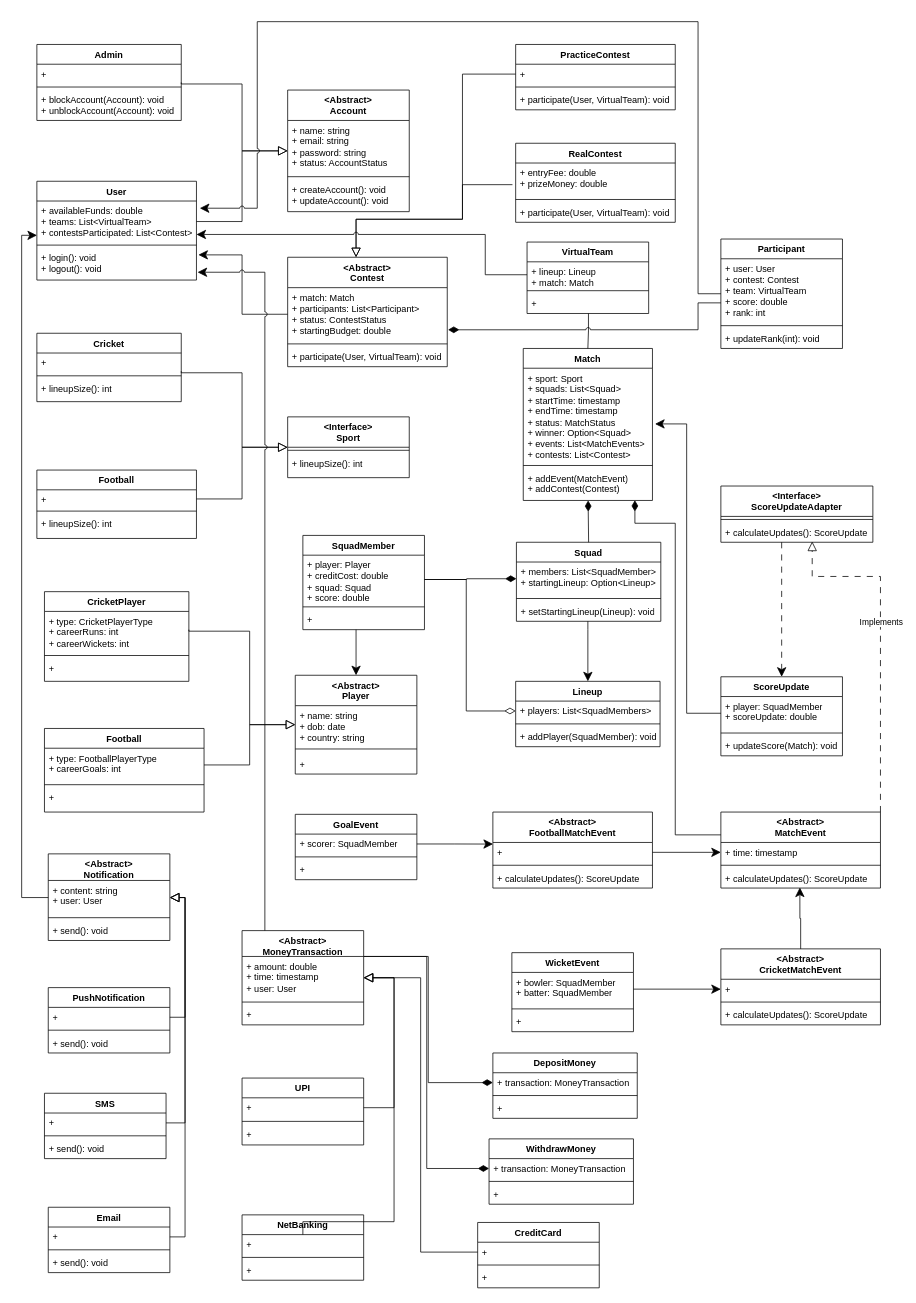
itspriyansh/system-design keeps this draw.io diagram as dream11-class.drawio. Above is the earlier version. Source tidied: cells renumbered, new cells numbered last; positions are measured from the earlier drawing's top-left corner, leaving out a move shared by most shapes. Both pictures are drawn from the tidied source at 76%, with x=0, y=0 at pixel (21, 21).
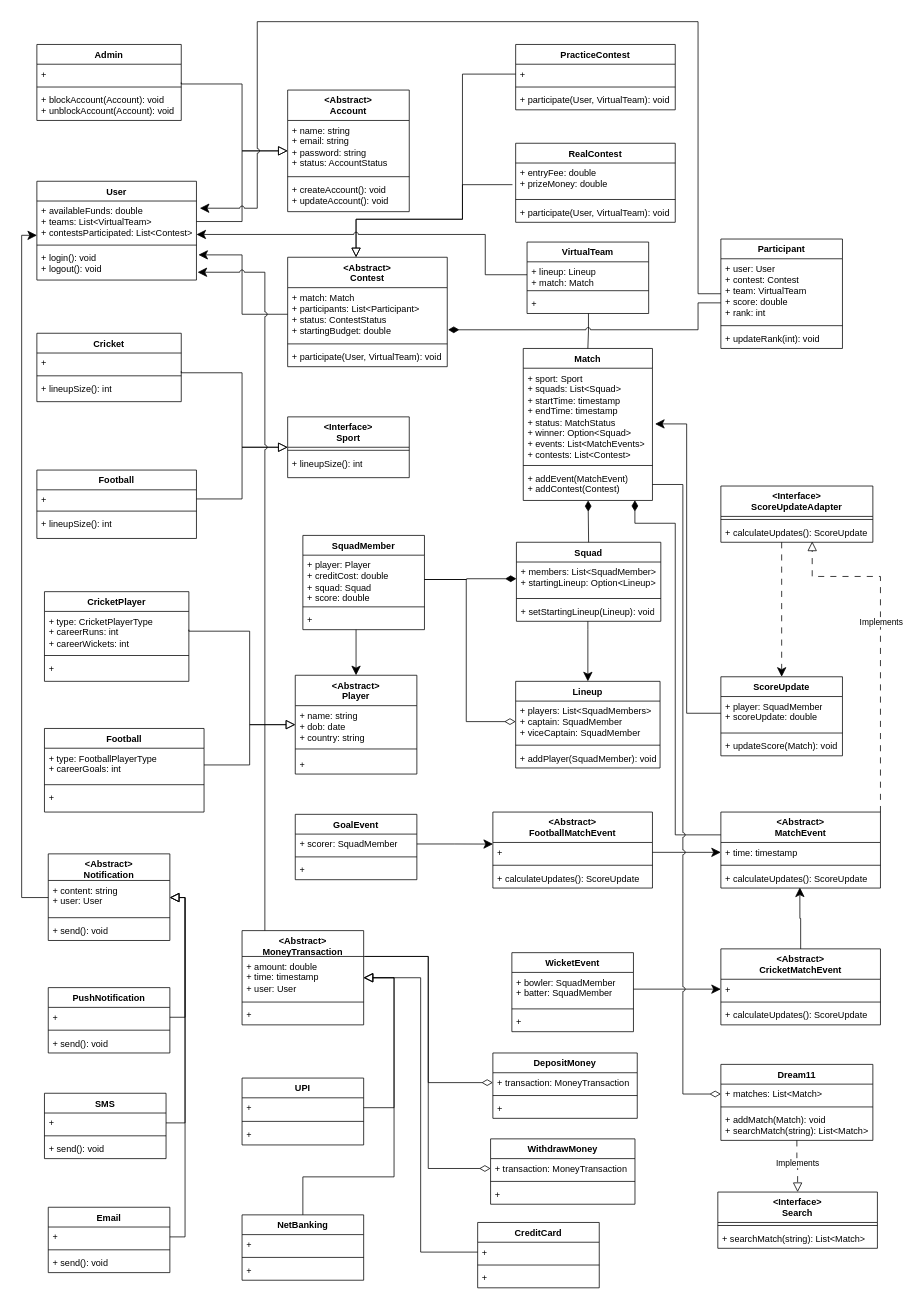
After the change.

Unchanged cells that the change refers to:
```xml
<mxCell id="61" value="+ addEvent(MatchEvent)&lt;div&gt;+ addContest(Contest)&lt;/div&gt;" style="text;strokeColor=none;fillColor=none;align=left;verticalAlign=top;spacingLeft=4;spacingRight=4;overflow=hidden;points=[[0,0.5],[1,0.5]];portConstraint=eastwest;whiteSpace=wrap;html=1;" parent="58" vertex="1">
  <mxGeometry y="158" width="170" height="42" as="geometry" />
</mxCell>
<mxCell id="148" value="+ amount: double&lt;div&gt;+ time: timestamp&lt;/div&gt;&lt;div&gt;+ user: User&lt;/div&gt;" style="text;strokeColor=none;fillColor=none;align=left;verticalAlign=top;spacingLeft=4;spacingRight=4;overflow=hidden;points=[[0,0.5],[1,0.5]];portConstraint=eastwest;whiteSpace=wrap;html=1;" parent="147" vertex="1">
  <mxGeometry y="34" width="160" height="56" as="geometry" />
</mxCell>
<mxCell id="155" value="NetBanking" style="swimlane;fontStyle=1;align=center;verticalAlign=top;horizontal=1;startSize=26;whiteSpace=wrap;html=1;" parent="1" vertex="1">
  <mxGeometry x="290" y="1570" width="160" height="86" as="geometry" />
</mxCell>
<mxCell id="156" value="+" style="text;strokeColor=none;fillColor=none;align=left;verticalAlign=top;spacingLeft=4;spacingRight=4;overflow=hidden;points=[[0,0.5],[1,0.5]];portConstraint=eastwest;whiteSpace=wrap;html=1;" parent="155" vertex="1">
  <mxGeometry y="26" width="160" height="26" as="geometry" />
</mxCell>
<mxCell id="168" value="+ transaction: MoneyTransaction" style="text;strokeColor=none;fillColor=none;align=left;verticalAlign=top;spacingLeft=4;spacingRight=4;overflow=hidden;points=[[0,0.5],[1,0.5]];portConstraint=eastwest;whiteSpace=wrap;html=1;" parent="167" vertex="1">
  <mxGeometry y="26" width="190" height="26" as="geometry" />
</mxCell>
<mxCell id="172" value="+ transaction: MoneyTransaction" style="text;strokeColor=none;fillColor=none;align=left;verticalAlign=top;spacingLeft=4;spacingRight=4;overflow=hidden;points=[[0,0.5],[1,0.5]];portConstraint=eastwest;whiteSpace=wrap;html=1;" parent="171" vertex="1">
  <mxGeometry y="26" width="190" height="26" as="geometry" />
</mxCell>
```

The edit, as a diff of the source:
```diff
@@
     <mxCell id="53" value="Lineup" style="swimlane;fontStyle=1;align=center;verticalAlign=top;horizontal=1;startSize=26;whiteSpace=wrap;html=1;" parent="1" vertex="1">
-      <mxGeometry x="650" y="868" width="190" height="86" as="geometry" />
+      <mxGeometry x="650" y="868" width="190" height="114" as="geometry" />
     </mxCell>
-    <mxCell id="54" value="+ players: List&amp;lt;SquadMembers&amp;gt;" style="text;strokeColor=none;fillColor=none;align=left;verticalAlign=top;spacingLeft=4;spacingRight=4;overflow=hidden;points=[[0,0.5],[1,0.5]];portConstraint=eastwest;whiteSpace=wrap;html=1;" parent="53" vertex="1">
-      <mxGeometry y="26" width="190" height="26" as="geometry" />
+    <mxCell id="54" value="+ players: List&amp;lt;SquadMembers&amp;gt;&lt;div&gt;+ captain: SquadMember&lt;/div&gt;&lt;div&gt;+ viceCaptain: SquadMember&lt;/div&gt;" style="text;strokeColor=none;fillColor=none;align=left;verticalAlign=top;spacingLeft=4;spacingRight=4;overflow=hidden;points=[[0,0.5],[1,0.5]];portConstraint=eastwest;whiteSpace=wrap;html=1;" parent="53" vertex="1">
+      <mxGeometry y="26" width="190" height="54" as="geometry" />
     </mxCell>
     <mxCell id="55" style="line;strokeWidth=1;fillColor=none;align=left;verticalAlign=middle;spacingTop=-1;spacingLeft=3;spacingRight=3;labelPosition=right;strokeColor=inherit;" parent="53" vertex="1">
-      <mxGeometry y="52" width="190" height="8" as="geometry" />
+      <mxGeometry y="80" width="190" height="8" as="geometry" />
     </mxCell>
     <mxCell id="56" value="+ addPlayer(SquadMember): void" style="text;strokeColor=none;fillColor=none;align=left;verticalAlign=top;spacingLeft=4;spacingRight=4;overflow=hidden;whiteSpace=wrap;html=1;" parent="53" vertex="1">
-      <mxGeometry y="60" width="190" height="26" as="geometry" />
+      <mxGeometry y="88" width="190" height="26" as="geometry" />
     </mxCell>
@@
-    <mxCell id="164" style="edgeStyle=orthogonalEdgeStyle;rounded=0;jettySize=auto;html=1;endSize=10;endArrow=block;endFill=0;" parent="1" edge="1" source="156" target="148">
+    <mxCell id="164" style="edgeStyle=orthogonalEdgeStyle;rounded=0;jettySize=auto;html=1;endSize=10;endArrow=block;endFill=0;exitX=0.5;exitY=0;exitDx=0;exitDy=0;" parent="1" edge="1" source="155" target="148">
       <mxGeometry relative="1" as="geometry">
         <Array as="points">
-          <mxPoint x="490" y="1579" />
+          <mxPoint x="370" y="1520" />
+          <mxPoint x="490" y="1520" />
           <mxPoint x="490" y="1258" />
         </Array>
       </mxGeometry>
     </mxCell>
@@
     <mxCell id="171" value="WithdrawMoney" style="swimlane;fontStyle=1;align=center;verticalAlign=top;horizontal=1;startSize=26;whiteSpace=wrap;html=1;" parent="1" vertex="1">
-      <mxGeometry x="615" y="1470" width="190" height="86" as="geometry" />
+      <mxGeometry x="617" y="1470" width="190" height="86" as="geometry" />
     </mxCell>
@@
-    <mxCell id="175" style="edgeStyle=orthogonalEdgeStyle;rounded=0;jettySize=auto;html=1;entryX=0;entryY=0.5;entryDx=0;entryDy=0;endSize=12;endArrow=diamondThin;endFill=1;" parent="1" edge="1" source="148" target="172">
+    <mxCell id="175" style="edgeStyle=orthogonalEdgeStyle;rounded=0;orthogonalLoop=1;jettySize=auto;html=1;entryX=0;entryY=0.5;entryDx=0;entryDy=0;endSize=12;endArrow=diamondThin;endFill=0;" parent="1" edge="1">
       <mxGeometry relative="1" as="geometry">
+        <mxPoint x="452" y="1230" as="sourcePoint" />
+        <mxPoint x="617" y="1509" as="targetPoint" />
         <Array as="points">
-          <mxPoint x="533" y="1230" />
-          <mxPoint x="533" y="1509" />
+          <mxPoint x="535" y="1230" />
+          <mxPoint x="535" y="1509" />
         </Array>
       </mxGeometry>
     </mxCell>
-    <mxCell id="176" style="edgeStyle=orthogonalEdgeStyle;rounded=0;jettySize=auto;html=1;entryX=0;entryY=0.5;entryDx=0;entryDy=0;endArrow=diamondThin;endFill=1;endSize=12;" parent="1" edge="1" source="148" target="168">
+    <mxCell id="176" style="edgeStyle=orthogonalEdgeStyle;rounded=0;jettySize=auto;html=1;entryX=0;entryY=0.5;entryDx=0;entryDy=0;endArrow=diamondThin;endFill=0;endSize=12;" parent="1" edge="1" source="148" target="168">
       <mxGeometry relative="1" as="geometry">
         <Array as="points">
           <mxPoint x="535" y="1230" />
           <mxPoint x="535" y="1396" />
         </Array>
       </mxGeometry>
     </mxCell>
+    <mxCell id="177" style="edgeStyle=orthogonalEdgeStyle;rounded=0;jettySize=auto;html=1;exitX=0.5;exitY=1;exitDx=0;exitDy=0;entryX=0.5;entryY=0;entryDx=0;entryDy=0;endSize=10;endArrow=block;endFill=0;dashed=1;dashPattern=8 8;" parent="1" edge="1" source="179" target="183">
+      <mxGeometry relative="1" as="geometry" />
+    </mxCell>
+    <mxCell id="178" value="Implements" style="edgeLabel;html=1;align=center;verticalAlign=middle;" parent="177" vertex="1">
+      <mxGeometry x="-0.15" relative="1" as="geometry" />
+    </mxCell>
+    <mxCell id="179" value="Dream11" style="swimlane;fontStyle=1;align=center;verticalAlign=top;horizontal=1;startSize=26;whiteSpace=wrap;html=1;" parent="1" vertex="1">
+      <mxGeometry x="920" y="1372" width="200" height="100" as="geometry" />
+    </mxCell>
+    <mxCell id="180" value="+ matches: List&amp;lt;Match&amp;gt;" style="text;strokeColor=none;fillColor=none;align=left;verticalAlign=top;spacingLeft=4;spacingRight=4;overflow=hidden;points=[[0,0.5],[1,0.5]];portConstraint=eastwest;whiteSpace=wrap;html=1;" parent="179" vertex="1">
+      <mxGeometry y="26" width="200" height="26" as="geometry" />
+    </mxCell>
+    <mxCell id="181" style="line;strokeWidth=1;fillColor=none;align=left;verticalAlign=middle;spacingTop=-1;spacingLeft=3;spacingRight=3;labelPosition=right;strokeColor=inherit;" parent="179" vertex="1">
+      <mxGeometry y="52" width="200" height="8" as="geometry" />
+    </mxCell>
+    <mxCell id="182" value="+ addMatch(Match): void&lt;div&gt;+ searchMatch(string): List&amp;lt;Match&amp;gt;&lt;/div&gt;" style="text;strokeColor=none;fillColor=none;align=left;verticalAlign=top;spacingLeft=4;spacingRight=4;overflow=hidden;whiteSpace=wrap;html=1;" parent="179" vertex="1">
+      <mxGeometry y="60" width="200" height="40" as="geometry" />
+    </mxCell>
+    <mxCell id="183" value="&amp;lt;Interface&amp;gt;&lt;div&gt;Search&lt;/div&gt;" style="swimlane;fontStyle=1;align=center;verticalAlign=top;horizontal=1;startSize=40;whiteSpace=wrap;html=1;" parent="1" vertex="1">
+      <mxGeometry x="916" y="1540" width="210" height="74" as="geometry" />
+    </mxCell>
+    <mxCell id="184" style="line;strokeWidth=1;fillColor=none;align=left;verticalAlign=middle;spacingTop=-1;spacingLeft=3;spacingRight=3;labelPosition=right;strokeColor=inherit;" parent="183" vertex="1">
+      <mxGeometry y="40" width="210" height="8" as="geometry" />
+    </mxCell>
+    <mxCell id="185" value="+ searchMatch(string): List&amp;lt;Match&amp;gt;" style="text;strokeColor=none;fillColor=none;align=left;verticalAlign=top;spacingLeft=4;spacingRight=4;overflow=hidden;whiteSpace=wrap;html=1;" parent="183" vertex="1">
+      <mxGeometry y="48" width="210" height="26" as="geometry" />
+    </mxCell>
+    <mxCell id="186" style="edgeStyle=orthogonalEdgeStyle;rounded=0;jettySize=auto;html=1;exitX=1;exitY=0.5;exitDx=0;exitDy=0;entryX=0;entryY=0.5;entryDx=0;entryDy=0;jumpStyle=arc;endArrow=diamondThin;endFill=0;endSize=12;" parent="1" edge="1" source="61" target="180">
+      <mxGeometry relative="1" as="geometry" />
+    </mxCell>
```
